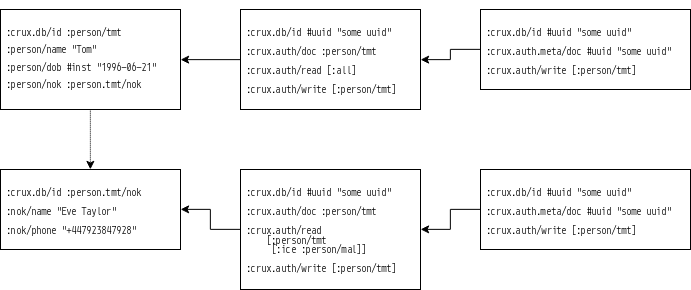
Before: crux-auth/resources/crux-auth.png, a diagram exported from draw.io (refset/xtdb). Source tidied: cells renumbered, new cells last; positions are measured from the earlier drawing's top-left corner, leaving out a move shared by most shapes.
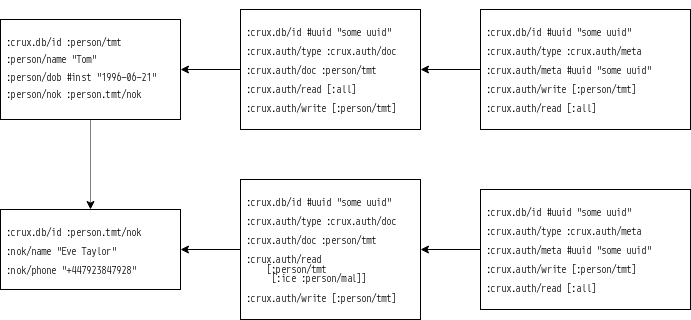
The same diagram one commit later.

Commit message:
Update example diagram

What changed in the source:
```diff
@@ -9,31 +9,31 @@
       <mxGeometry width="180" height="100" as="geometry" />
     </mxCell>
     <mxCell id="4" value="&lt;div style=&quot;font-size: 8px&quot;&gt;&lt;pre&gt;&lt;font style=&quot;font-size: 8px&quot;&gt;&lt;br&gt;&lt;br&gt;:crux.db/id :person.tmt/nok&lt;br&gt;&lt;br&gt;:nok/name &quot;Eve Taylor&quot;&lt;br&gt;&lt;br&gt;:nok/phone &quot;+447923847928&quot;&lt;br&gt;&lt;/font&gt;&lt;/pre&gt;&lt;/div&gt;" style="text;html=1;spacing=5;spacingTop=-20;whiteSpace=wrap;overflow=hidden;rounded=0;strokeColor=#000000;fillColor=#ffffff;" parent="1" vertex="1">
-      <mxGeometry y="160" width="180" height="80" as="geometry" />
+      <mxGeometry y="190" width="180" height="80" as="geometry" />
     </mxCell>
     <mxCell id="5" style="edgeStyle=orthogonalEdgeStyle;rounded=0;jettySize=auto;html=1;exitX=0;exitY=0.5;exitDx=0;exitDy=0;entryX=1;entryY=0.5;entryDx=0;entryDy=0;" parent="1" edge="1" source="6" target="3">
       <mxGeometry relative="1" as="geometry" />
     </mxCell>
-    <mxCell id="6" value="&lt;div style=&quot;font-size: 8px&quot;&gt;&lt;pre&gt;&lt;font style=&quot;font-size: 8px&quot;&gt;&lt;br&gt;&lt;br&gt;:crux.db/id #uuid &quot;some uuid&quot;&lt;br&gt;&lt;br&gt;:crux.auth/doc :person/tmt&lt;br&gt;&lt;br&gt;:crux.auth/read [:all]&lt;br&gt;&lt;br&gt;:crux.auth/write [:person/tmt]&lt;br&gt;&lt;/font&gt;&lt;/pre&gt;&lt;/div&gt;" style="text;html=1;spacing=5;spacingTop=-20;whiteSpace=wrap;overflow=hidden;rounded=0;strokeColor=#000000;fillColor=#ffffff;" parent="1" vertex="1">
-      <mxGeometry x="240" width="180" height="100" as="geometry" />
+    <mxCell id="6" value="&lt;div style=&quot;font-size: 8px&quot;&gt;&lt;pre&gt;&lt;font style=&quot;font-size: 8px&quot;&gt;&lt;br&gt;&lt;br&gt;:crux.db/id #uuid &quot;some uuid&quot;&lt;br&gt;&lt;br&gt;:crux.auth/type :crux.auth/doc&lt;br&gt;&lt;br&gt;:crux.auth/doc :person/tmt&lt;br&gt;&lt;br&gt;:crux.auth/read [:all]&lt;br&gt;&lt;br&gt;:crux.auth/write [:person/tmt]&lt;br&gt;&lt;/font&gt;&lt;/pre&gt;&lt;/div&gt;" style="text;html=1;spacing=5;spacingTop=-20;whiteSpace=wrap;overflow=hidden;rounded=0;strokeColor=#000000;fillColor=#ffffff;" parent="1" vertex="1">
+      <mxGeometry x="240" y="-10" width="180" height="120" as="geometry" />
     </mxCell>
     <mxCell id="7" style="edgeStyle=orthogonalEdgeStyle;rounded=0;jettySize=auto;html=1;exitX=0;exitY=0.5;exitDx=0;exitDy=0;entryX=1;entryY=0.5;entryDx=0;entryDy=0;" parent="1" edge="1" source="8" target="4">
       <mxGeometry relative="1" as="geometry" />
     </mxCell>
-    <mxCell id="8" value="&lt;div style=&quot;font-size: 8px&quot;&gt;&lt;pre&gt;&lt;font style=&quot;font-size: 8px&quot;&gt;&lt;br&gt;&lt;br&gt;:crux.db/id #uuid &quot;some uuid&quot;&lt;br&gt;&lt;br&gt;:crux.auth/doc :person/tmt&lt;br&gt;&lt;br&gt;:crux.auth/read&lt;br&gt;    [:person/tmt&lt;br&gt;     [:ice :person/mal]]&lt;br&gt;&lt;br&gt;:crux.auth/write [:person/tmt]&lt;br&gt;&lt;/font&gt;&lt;/pre&gt;&lt;/div&gt;" style="text;html=1;spacing=5;spacingTop=-20;whiteSpace=wrap;overflow=hidden;rounded=0;strokeColor=#000000;fillColor=#ffffff;" parent="1" vertex="1">
-      <mxGeometry x="240" y="160" width="180" height="120" as="geometry" />
+    <mxCell id="8" value="&lt;div style=&quot;font-size: 8px&quot;&gt;&lt;pre&gt;&lt;font style=&quot;font-size: 8px&quot;&gt;&lt;br&gt;&lt;br&gt;:crux.db/id #uuid &quot;some uuid&quot;&lt;br&gt;&lt;br&gt;:crux.auth/type :crux.auth/doc&lt;br&gt;&lt;br&gt;:crux.auth/doc :person/tmt&lt;br&gt;&lt;br&gt;:crux.auth/read&lt;br&gt;    [:person/tmt&lt;br&gt;     [:ice :person/mal]]&lt;br&gt;&lt;br&gt;:crux.auth/write [:person/tmt]&lt;br&gt;&lt;/font&gt;&lt;/pre&gt;&lt;/div&gt;" style="text;html=1;spacing=5;spacingTop=-20;whiteSpace=wrap;overflow=hidden;rounded=0;strokeColor=#000000;fillColor=#ffffff;" parent="1" vertex="1">
+      <mxGeometry x="240" y="160" width="180" height="140" as="geometry" />
     </mxCell>
     <mxCell id="9" style="edgeStyle=orthogonalEdgeStyle;rounded=0;jettySize=auto;html=1;exitX=0;exitY=0.5;exitDx=0;exitDy=0;entryX=1;entryY=0.5;entryDx=0;entryDy=0;" parent="1" edge="1" source="10" target="6">
       <mxGeometry relative="1" as="geometry" />
     </mxCell>
-    <mxCell id="10" value="&lt;div style=&quot;font-size: 8px&quot;&gt;&lt;pre&gt;&lt;font style=&quot;font-size: 8px&quot;&gt;&lt;br&gt;&lt;br&gt;:crux.db/id #uuid &quot;some uuid&quot;&lt;br&gt;&lt;br&gt;:crux.auth.meta/doc #uuid &quot;some uuid&quot;&lt;br&gt;&lt;br&gt;:crux.auth/write [:person/tmt]&lt;br&gt;&lt;/font&gt;&lt;/pre&gt;&lt;/div&gt;" style="text;html=1;spacing=5;spacingTop=-20;whiteSpace=wrap;overflow=hidden;rounded=0;strokeColor=#000000;fillColor=#ffffff;" parent="1" vertex="1">
-      <mxGeometry x="480" width="210" height="80" as="geometry" />
+    <mxCell id="10" value="&lt;div style=&quot;font-size: 8px&quot;&gt;&lt;pre&gt;&lt;font style=&quot;font-size: 8px&quot;&gt;&lt;br&gt;&lt;br&gt;:crux.db/id #uuid &quot;some uuid&quot;&lt;br&gt;&lt;br&gt;:crux.auth/type :crux.auth/meta&lt;br&gt;&lt;br&gt;:crux.auth/meta #uuid &quot;some uuid&quot;&lt;br&gt;&lt;br&gt;:crux.auth/write [:person/tmt]&lt;br&gt;&lt;br&gt;:crux.auth/read [:all]&lt;br&gt;&lt;/font&gt;&lt;/pre&gt;&lt;/div&gt;" style="text;html=1;spacing=5;spacingTop=-20;whiteSpace=wrap;overflow=hidden;rounded=0;strokeColor=#000000;fillColor=#ffffff;" parent="1" vertex="1">
+      <mxGeometry x="480" y="-10" width="210" height="120" as="geometry" />
     </mxCell>
     <mxCell id="11" style="edgeStyle=orthogonalEdgeStyle;rounded=0;jettySize=auto;html=1;exitX=0;exitY=0.5;exitDx=0;exitDy=0;entryX=1;entryY=0.5;entryDx=0;entryDy=0;" parent="1" edge="1" source="12" target="8">
       <mxGeometry relative="1" as="geometry" />
     </mxCell>
-    <mxCell id="12" value="&lt;div style=&quot;font-size: 8px&quot;&gt;&lt;pre&gt;&lt;font style=&quot;font-size: 8px&quot;&gt;&lt;br&gt;&lt;br&gt;:crux.db/id #uuid &quot;some uuid&quot;&lt;br&gt;&lt;br&gt;:crux.auth.meta/doc #uuid &quot;some uuid&quot;&lt;br&gt;&lt;br&gt;:crux.auth/write [:person/tmt]&lt;br&gt;&lt;/font&gt;&lt;/pre&gt;&lt;/div&gt;" style="text;html=1;spacing=5;spacingTop=-20;whiteSpace=wrap;overflow=hidden;rounded=0;strokeColor=#000000;fillColor=#ffffff;" parent="1" vertex="1">
-      <mxGeometry x="480" y="160" width="210" height="80" as="geometry" />
+    <mxCell id="12" value="&lt;div style=&quot;font-size: 8px&quot;&gt;&lt;pre&gt;&lt;font style=&quot;font-size: 8px&quot;&gt;&lt;br&gt;&lt;br&gt;:crux.db/id #uuid &quot;some uuid&quot;&lt;br&gt;&lt;br&gt;:crux.auth/type :crux.auth/meta&lt;br&gt;&lt;br&gt;:crux.auth/meta #uuid &quot;some uuid&quot;&lt;br&gt;&lt;br&gt;:crux.auth/write [:person/tmt]&lt;br&gt;&lt;br&gt;:crux.auth/read [:all]&lt;br&gt;&lt;/font&gt;&lt;/pre&gt;&lt;/div&gt;" style="text;html=1;spacing=5;spacingTop=-20;whiteSpace=wrap;overflow=hidden;rounded=0;strokeColor=#000000;fillColor=#ffffff;" parent="1" vertex="1">
+      <mxGeometry x="480" y="170" width="210" height="120" as="geometry" />
     </mxCell>
   </root>
 </mxGraphModel>
```
